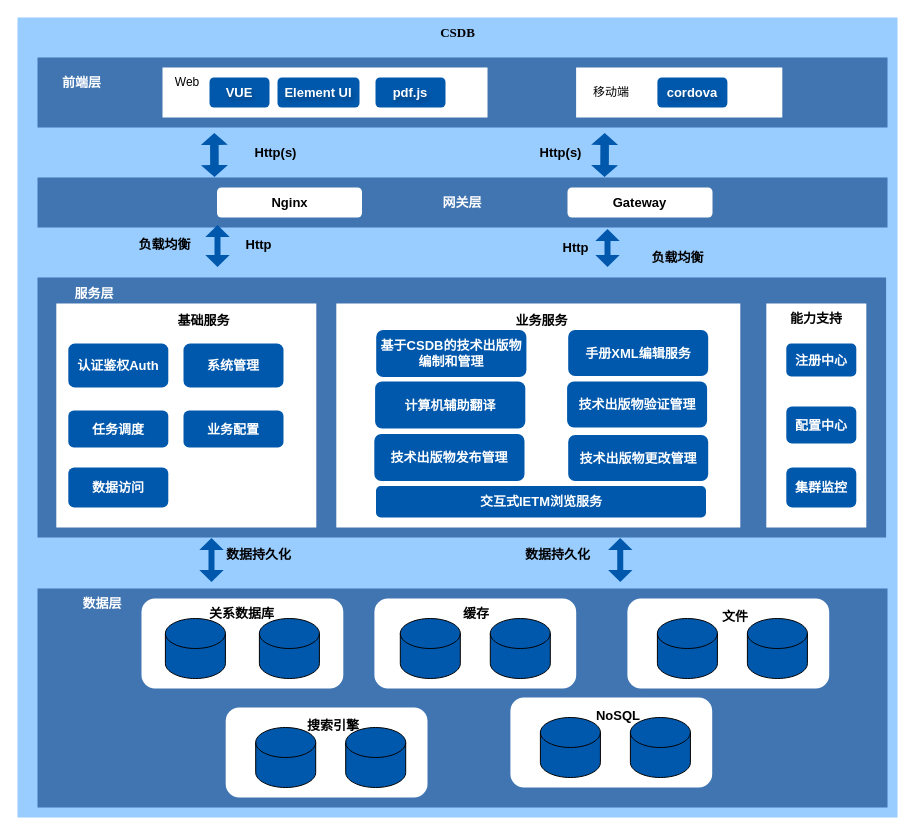
DemonHan/KuickBuy keeps this draw.io diagram as 机载共性/技术架构设计.drawio. Above is the earlier version. Source tidied: cells renumbered, new cells numbered last; positions are measured from the earlier drawing's top-left corner, leaving out a move shared by most shapes. Both pictures are drawn from the tidied source at 100%, with x=0, y=0 at pixel (17, 17).
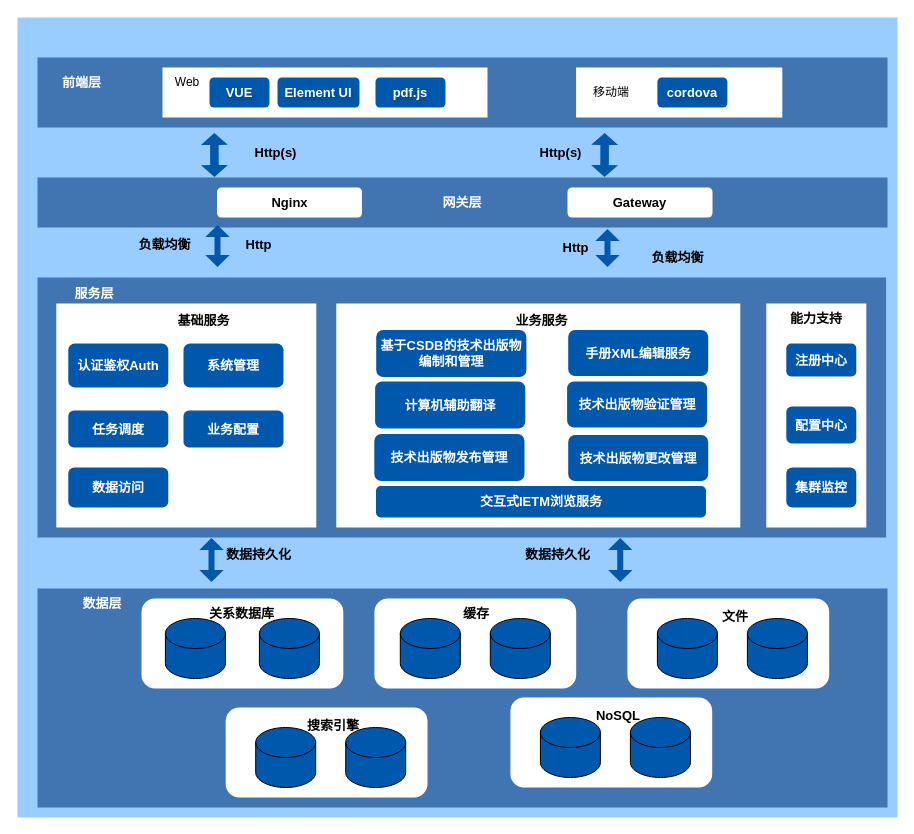
Above is the later version.

Commit message:
更新技术架构设计.drawio

Change to the diagram source:
```diff
@@
-    <mxCell id="43" value="CSDB" style="text;html=1;align=center;verticalAlign=middle;strokeColor=none;fillColor=none;fontStyle=1;fontFamily=Garamond;fontSize=13;" parent="1" vertex="1">
-      <mxGeometry x="410" width="60" height="30" as="geometry" />
-    </mxCell>
```
